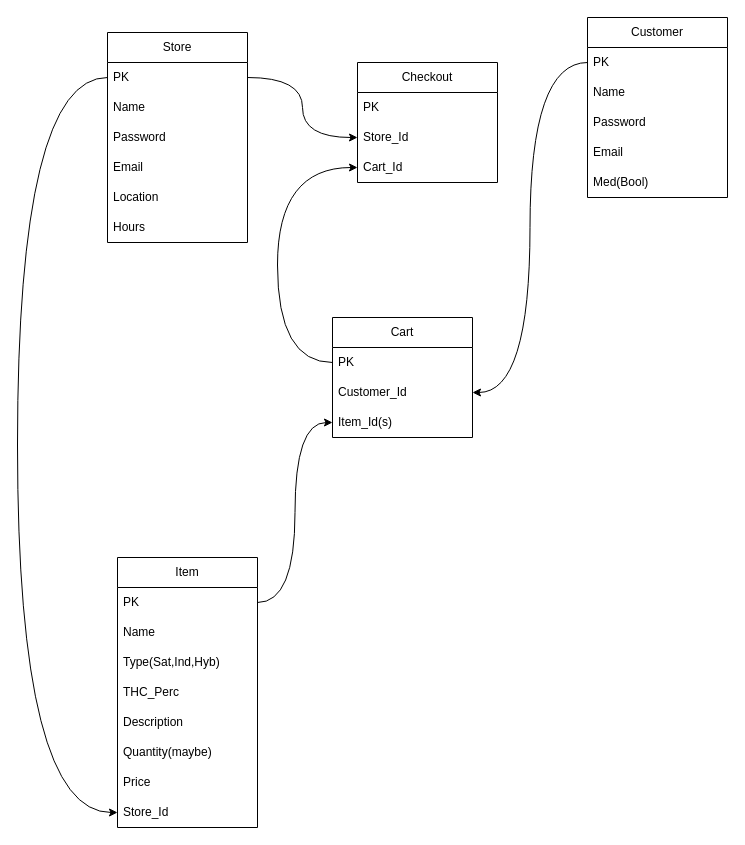
Earlier version of the draw.io diagram page "Schema" (1 of 3) of Drawings.drawio (Hello32Chris/CRUD-E-Games). Source tidied: cells renumbered, new cells numbered last; positions are measured from the earlier drawing's top-left corner, leaving out a move shared by most shapes. Both pictures are drawn from the tidied source at 100%, with x=0, y=0 at pixel (17, 17).
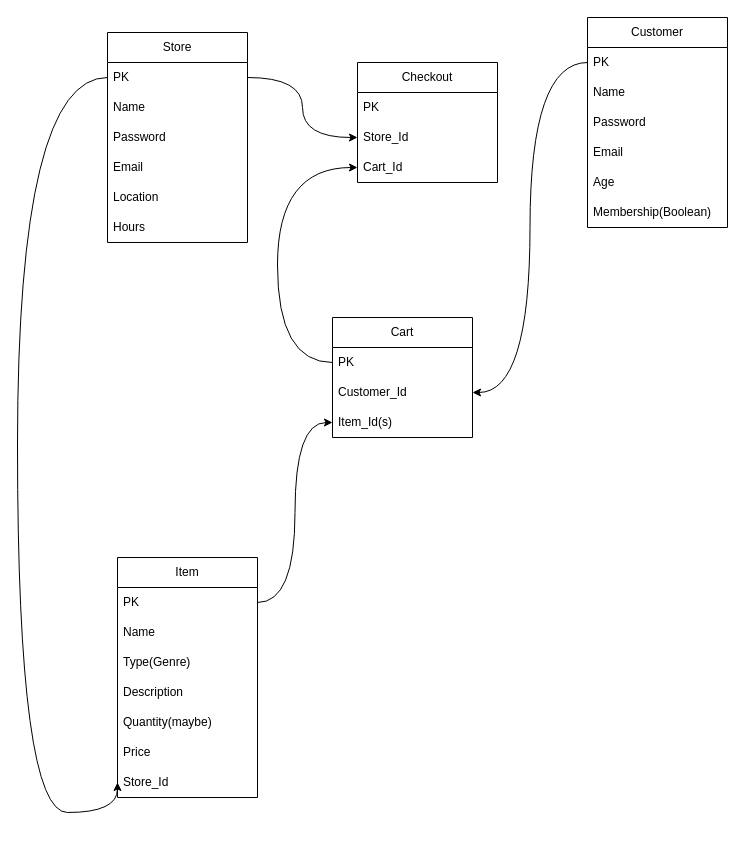
The same diagram, later.

Change to the diagram source:
```diff
@@
     <mxCell id="2" value="Item" style="swimlane;fontStyle=0;horizontal=1;startSize=30;whiteSpace=wrap;html=1;" parent="1" vertex="1">
-      <mxGeometry x="100" y="540" width="140" height="270" as="geometry" />
+      <mxGeometry x="100" y="540" width="140" height="240" as="geometry" />
     </mxCell>
@@
-    <mxCell id="5" value="Type(Sat,Ind,Hyb)" style="text;strokeColor=none;fillColor=none;align=left;verticalAlign=middle;spacingLeft=4;spacingRight=4;overflow=hidden;whiteSpace=wrap;html=1;" parent="2" vertex="1">
+    <mxCell id="5" value="Type(Genre)" style="text;strokeColor=none;fillColor=none;align=left;verticalAlign=middle;spacingLeft=4;spacingRight=4;overflow=hidden;whiteSpace=wrap;html=1;" parent="2" vertex="1">
       <mxGeometry y="90" width="140" height="30" as="geometry" />
     </mxCell>
-    <mxCell id="6" value="THC_Perc" style="text;strokeColor=none;fillColor=none;align=left;verticalAlign=middle;spacingLeft=4;spacingRight=4;overflow=hidden;whiteSpace=wrap;html=1;" parent="2" vertex="1">
-      <mxGeometry y="120" width="140" height="30" as="geometry" />
-    </mxCell>
     <mxCell id="7" value="Description" style="text;strokeColor=none;fillColor=none;align=left;verticalAlign=middle;spacingLeft=4;spacingRight=4;overflow=hidden;whiteSpace=wrap;html=1;" parent="2" vertex="1">
-      <mxGeometry y="150" width="140" height="30" as="geometry" />
+      <mxGeometry y="120" width="140" height="30" as="geometry" />
     </mxCell>
     <mxCell id="8" value="Quantity(maybe)" style="text;strokeColor=none;fillColor=none;align=left;verticalAlign=middle;spacingLeft=4;spacingRight=4;overflow=hidden;whiteSpace=wrap;html=1;" parent="2" vertex="1">
-      <mxGeometry y="180" width="140" height="30" as="geometry" />
+      <mxGeometry y="150" width="140" height="30" as="geometry" />
     </mxCell>
     <mxCell id="9" value="Price" style="text;strokeColor=none;fillColor=none;align=left;verticalAlign=middle;spacingLeft=4;spacingRight=4;overflow=hidden;whiteSpace=wrap;html=1;" parent="2" vertex="1">
-      <mxGeometry y="210" width="140" height="30" as="geometry" />
+      <mxGeometry y="180" width="140" height="30" as="geometry" />
     </mxCell>
     <mxCell id="10" value="Store_Id" style="text;strokeColor=none;fillColor=none;align=left;verticalAlign=middle;spacingLeft=4;spacingRight=4;overflow=hidden;points=[[0,0.5],[1,0.5]];portConstraint=eastwest;whiteSpace=wrap;html=1;" parent="2" vertex="1">
-      <mxGeometry y="240" width="140" height="30" as="geometry" />
+      <mxGeometry y="210" width="140" height="30" as="geometry" />
     </mxCell>
     <mxCell id="11" value="Customer" style="swimlane;fontStyle=0;horizontal=1;startSize=30;whiteSpace=wrap;html=1;" parent="1" vertex="1">
-      <mxGeometry x="570" width="140" height="180" as="geometry" />
+      <mxGeometry x="570" width="140" height="210" as="geometry" />
     </mxCell>
@@
+    <mxCell id="37" value="Age" style="text;strokeColor=none;fillColor=none;align=left;verticalAlign=middle;spacingLeft=4;spacingRight=4;overflow=hidden;whiteSpace=wrap;html=1;" parent="11" vertex="1">
+      <mxGeometry y="150" width="140" height="30" as="geometry" />
+    </mxCell>
-    <mxCell id="16" value="Med(Bool)" style="text;strokeColor=none;fillColor=none;align=left;verticalAlign=middle;spacingLeft=4;spacingRight=4;overflow=hidden;whiteSpace=wrap;html=1;" parent="11" vertex="1">
-      <mxGeometry y="150" width="140" height="30" as="geometry" />
+    <mxCell id="16" value="Membership(Boolean)" style="text;strokeColor=none;fillColor=none;align=left;verticalAlign=middle;spacingLeft=4;spacingRight=4;overflow=hidden;whiteSpace=wrap;html=1;" parent="11" vertex="1">
+      <mxGeometry y="180" width="140" height="30" as="geometry" />
     </mxCell>
```
